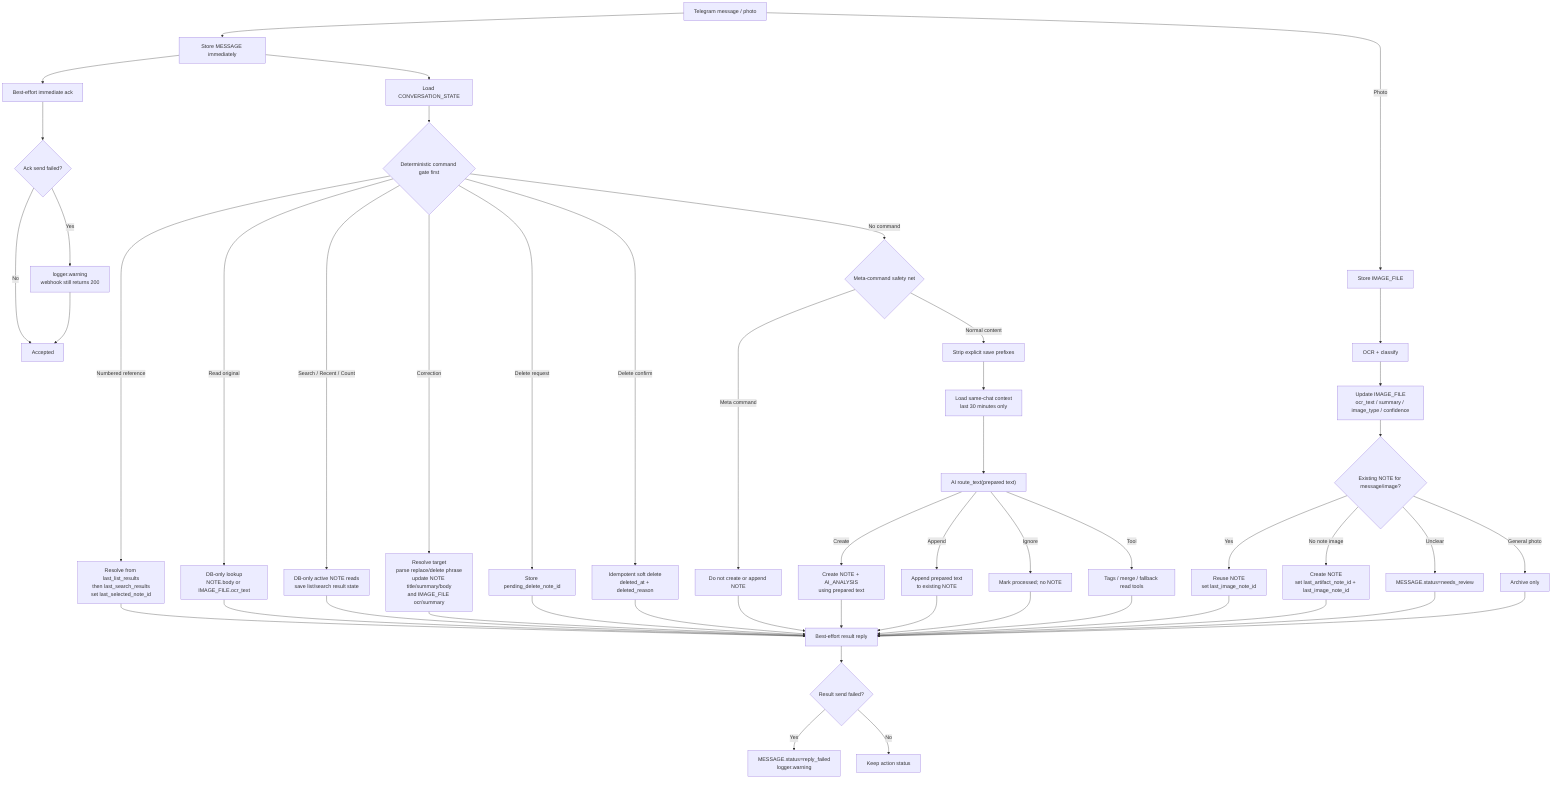
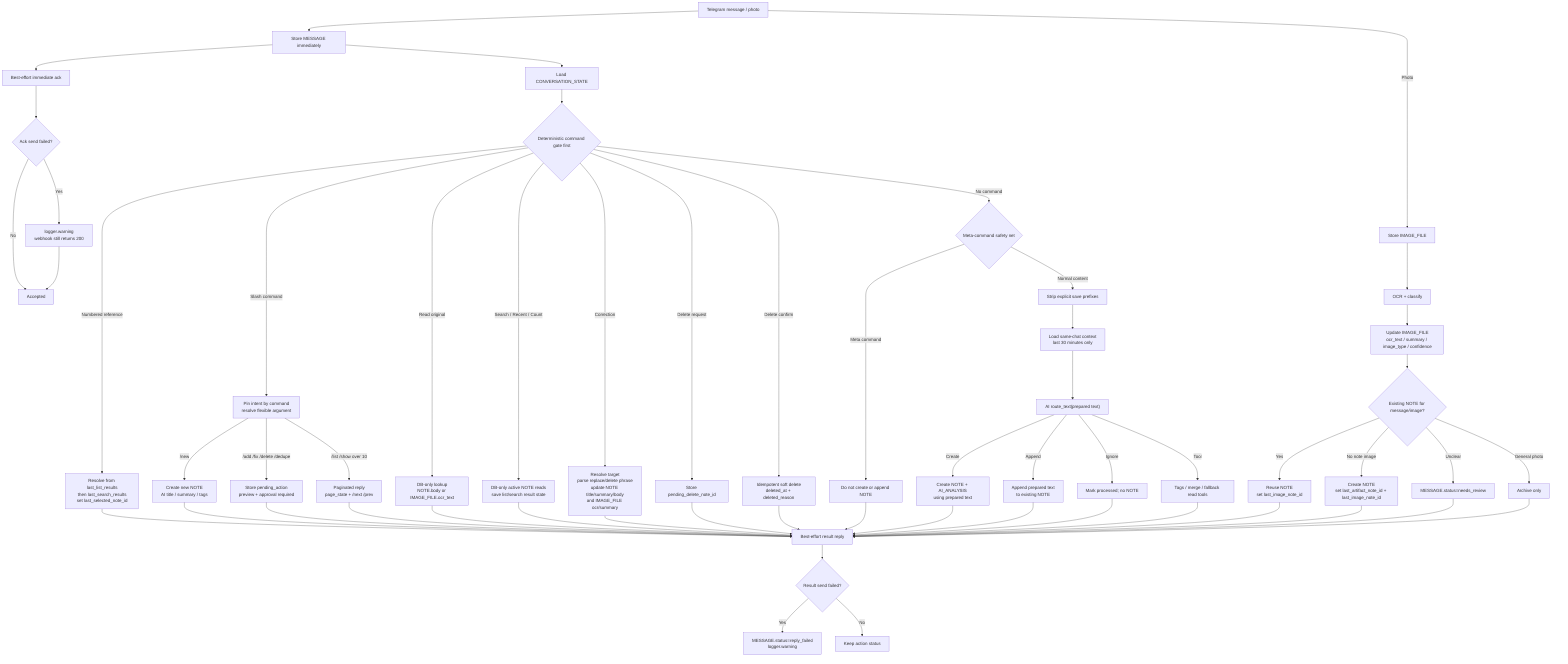
flowchart TD
    In["Telegram message / photo"] --> Store["Store MESSAGE immediately"]
    Store --> Ack["Best-effort immediate ack"]
    Ack --> AckFail{"Ack send failed?"}
    AckFail -->|Yes| AckWarn["logger.warning<br/>webhook still returns 200"]
    AckFail -->|No| Accepted["Accepted"]
    AckWarn --> Accepted

    Store --> State["Load CONVERSATION_STATE"]
    State --> Gate{"Deterministic command gate first"}

+     Gate -->|Slash command| Slash["Pin intent by command<br/>resolve flexible argument"]
+     Slash -->|/new| NewNote["Create new NOTE<br/>AI title / summary / tags"]
+     Slash -->|/add /fix /delete /dedupe| Approval["Store pending_action<br/>preview + approval required"]
+     Slash -->|/list /show over 10| Page["Paginated reply<br/>page_state + /next /prev"]
    Gate -->|Numbered reference| Numbered["Resolve from last_list_results<br/>then last_search_results<br/>set last_selected_note_id"]
    Gate -->|Read original| ReadLast["DB-only lookup<br/>NOTE.body or IMAGE_FILE.ocr_text"]
    Gate -->|Search / Recent / Count| ReadTools["DB-only active NOTE reads<br/>save list/search result state"]
    Gate -->|Correction| Correct["Resolve target<br/>parse replace/delete phrase<br/>update NOTE title/summary/body<br/>and IMAGE_FILE ocr/summary"]
    Gate -->|Delete request| DeleteAsk["Store pending_delete_note_id"]
    Gate -->|Delete confirm| DeleteExec["Idempotent soft delete<br/>deleted_at + deleted_reason"]
    Gate -->|No command| MetaGuard{"Meta-command safety net"}

    MetaGuard -->|Meta command| NoSave["Do not create or append NOTE"]
    MetaGuard -->|Normal content| Prep["Strip explicit save prefixes"]
    Prep --> Context["Load same-chat context<br/>last 30 minutes only"]
    Context --> AIRouter["AI route_text(prepared text)"]

    AIRouter -->|Create| Create["Create NOTE + AI_ANALYSIS<br/>using prepared text"]
    AIRouter -->|Append| Append["Append prepared text<br/>to existing NOTE"]
    AIRouter -->|Ignore| Ignore["Mark processed; no NOTE"]
    AIRouter -->|Tool| Tool["Tags / merge / fallback read tools"]

    In -->|Photo| Photo["Store IMAGE_FILE"]
    Photo --> Vision["OCR + classify"]
    Vision --> ImageUpdate["Update IMAGE_FILE<br/>ocr_text / summary / image_type / confidence"]
    ImageUpdate --> Existing{"Existing NOTE for message/image?"}
    Existing -->|Yes| ExistingRef["Reuse NOTE<br/>set last_image_note_id"]
    Existing -->|No note image| ImageNote["Create NOTE<br/>set last_artifact_note_id + last_image_note_id"]
    Existing -->|Unclear| Review["MESSAGE.status=needs_review"]
    Existing -->|General photo| PhotoOnly["Archive only"]

    Numbered --> Reply["Best-effort result reply"]
+     NewNote --> Reply
+     Approval --> Reply
+     Page --> Reply
    ReadLast --> Reply
    ReadTools --> Reply
    Correct --> Reply
    DeleteAsk --> Reply
    DeleteExec --> Reply
    NoSave --> Reply
    Create --> Reply
    Append --> Reply
    Ignore --> Reply
    Tool --> Reply
    ExistingRef --> Reply
    ImageNote --> Reply
    Review --> Reply
    PhotoOnly --> Reply

    Reply --> ReplyFail{"Result send failed?"}
    ReplyFail -->|Yes| ReplyFailed["MESSAGE.status=reply_failed<br/>logger.warning"]
    ReplyFail -->|No| Done["Keep action status"]
